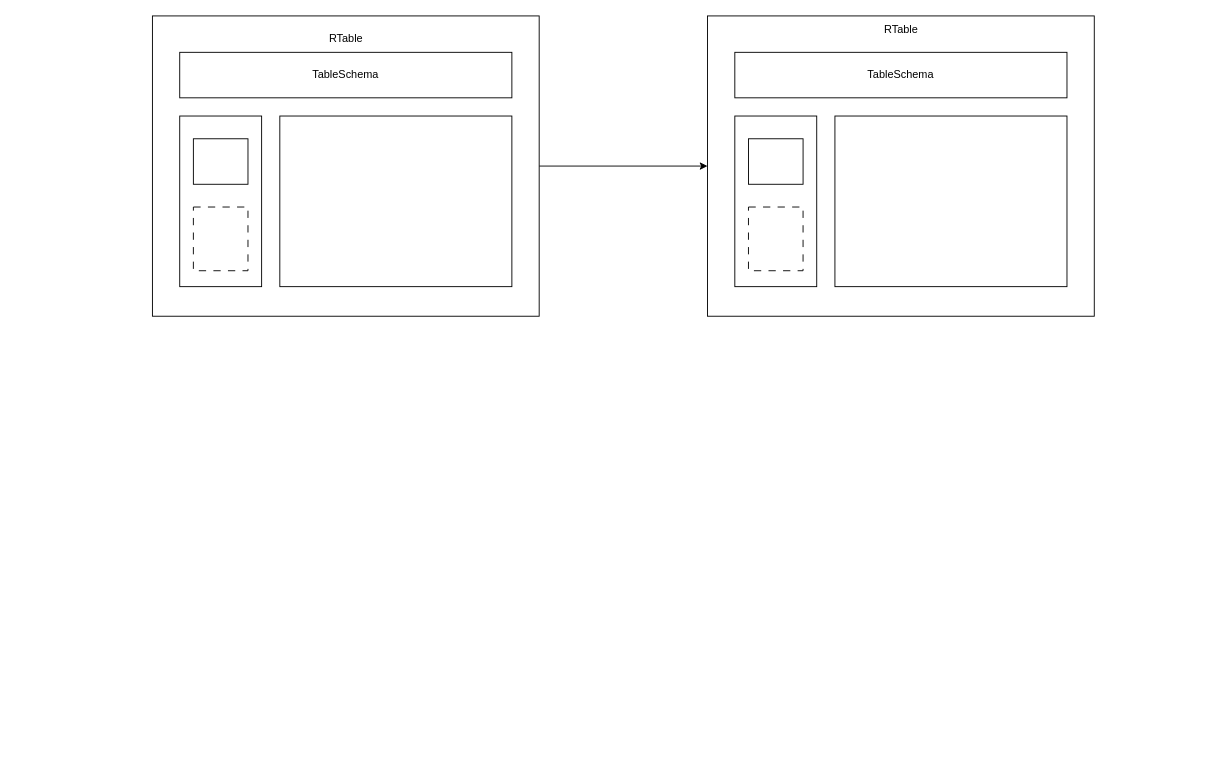
The draw.io diagram 索引设计.drawio in RYZCN/misc, before the edit. Source tidied: cells renumbered, new cells numbered last; positions are measured from the earlier drawing's top-left corner, leaving out a move shared by most shapes. Both pictures are drawn from the tidied source at 91%, with x=0, y=0 at pixel (152, 15).
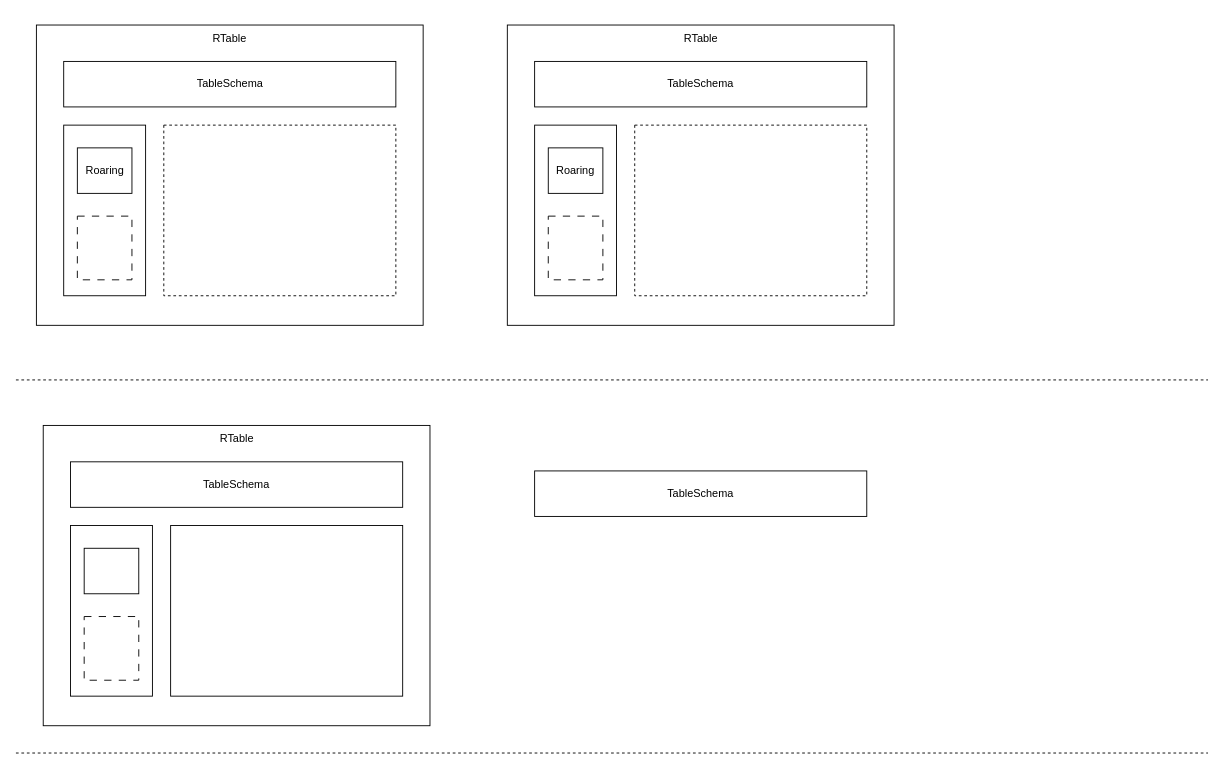
The same diagram, later.

Commit message (it also covers changes not shown here):
更新索引设计.drawio

What changed in the source:
```diff
@@
-    <mxCell id="2" style="rounded=0;whiteSpace=wrap;html=1;" parent="1" vertex="1">
-      <mxGeometry x="610" width="425" height="330" as="geometry" />
+    <mxCell id="2" style="rounded=0;whiteSpace=wrap;html=1;labelBackgroundColor=none;" parent="1" vertex="1">
+      <mxGeometry x="390" y="10" width="425" height="330" as="geometry" />
     </mxCell>
-    <mxCell id="3" value="RTable" style="text;html=1;align=center;verticalAlign=middle;whiteSpace=wrap;rounded=0;" parent="1" vertex="1">
-      <mxGeometry x="792.5" width="60" height="30" as="geometry" />
+    <mxCell id="3" value="RTable" style="text;html=1;align=center;verticalAlign=middle;whiteSpace=wrap;rounded=0;labelBackgroundColor=none;" parent="1" vertex="1">
+      <mxGeometry x="572.5" y="10" width="60" height="30" as="geometry" />
     </mxCell>
-    <mxCell id="4" value="TableSchema" style="rounded=0;whiteSpace=wrap;html=1;" parent="1" vertex="1">
-      <mxGeometry x="640" y="40" width="365" height="50" as="geometry" />
+    <mxCell id="4" value="TableSchema" style="rounded=0;whiteSpace=wrap;html=1;labelBackgroundColor=none;" parent="1" vertex="1">
+      <mxGeometry x="420" y="50" width="365" height="50" as="geometry" />
     </mxCell>
-    <mxCell id="5" style="rounded=0;whiteSpace=wrap;html=1;" parent="1" vertex="1">
-      <mxGeometry x="750" y="110" width="255" height="187.5" as="geometry" />
+    <mxCell id="5" style="rounded=0;whiteSpace=wrap;html=1;dashed=1;labelBackgroundColor=none;" parent="1" vertex="1">
+      <mxGeometry x="530" y="120" width="255" height="187.5" as="geometry" />
     </mxCell>
-    <mxCell id="6" style="rounded=0;whiteSpace=wrap;html=1;" parent="1" vertex="1">
-      <mxGeometry x="640" y="110" width="90" height="187.5" as="geometry" />
+    <mxCell id="6" style="rounded=0;whiteSpace=wrap;html=1;labelBackgroundColor=none;" parent="1" vertex="1">
+      <mxGeometry x="420" y="120" width="90" height="187.5" as="geometry" />
     </mxCell>
-    <mxCell id="7" style="rounded=0;whiteSpace=wrap;html=1;" parent="1" vertex="1">
-      <mxGeometry x="655" y="135" width="60" height="50" as="geometry" />
+    <mxCell id="7" value="Roaring" style="rounded=0;whiteSpace=wrap;html=1;labelBackgroundColor=none;" parent="1" vertex="1">
+      <mxGeometry x="435" y="145" width="60" height="50" as="geometry" />
     </mxCell>
-    <mxCell id="8" style="rounded=0;whiteSpace=wrap;html=1;dashed=1;dashPattern=8 8;" parent="1" vertex="1">
-      <mxGeometry x="655" y="210" width="60" height="70" as="geometry" />
+    <mxCell id="8" style="rounded=0;whiteSpace=wrap;html=1;dashed=1;dashPattern=8 8;labelBackgroundColor=none;" parent="1" vertex="1">
+      <mxGeometry x="435" y="220" width="60" height="70" as="geometry" />
     </mxCell>
-    <mxCell id="9" style="edgeStyle=orthogonalEdgeStyle;rounded=0;jettySize=auto;html=1;entryX=0;entryY=0.5;entryDx=0;entryDy=0;" parent="1" edge="1" source="10" target="2">
-      <mxGeometry relative="1" as="geometry" />
-    </mxCell>
-    <mxCell id="10" style="rounded=0;whiteSpace=wrap;html=1;" parent="1" vertex="1">
-      <mxGeometry width="425" height="330" as="geometry" />
+    <mxCell id="10" style="rounded=0;whiteSpace=wrap;html=1;labelBackgroundColor=none;" parent="1" vertex="1">
+      <mxGeometry x="-127.5" y="10" width="425" height="330" as="geometry" />
     </mxCell>
-    <mxCell id="11" value="RTable" style="text;html=1;align=center;verticalAlign=middle;whiteSpace=wrap;rounded=0;" parent="1" vertex="1">
-      <mxGeometry x="182.5" y="10" width="60" height="30" as="geometry" />
+    <mxCell id="11" value="RTable" style="text;html=1;align=center;verticalAlign=middle;whiteSpace=wrap;rounded=0;labelBackgroundColor=none;" parent="1" vertex="1">
+      <mxGeometry x="55" y="10" width="60" height="30" as="geometry" />
     </mxCell>
-    <mxCell id="12" value="TableSchema" style="rounded=0;whiteSpace=wrap;html=1;" parent="1" vertex="1">
-      <mxGeometry x="30" y="40" width="365" height="50" as="geometry" />
+    <mxCell id="12" value="TableSchema" style="rounded=0;whiteSpace=wrap;html=1;labelBackgroundColor=none;" parent="1" vertex="1">
+      <mxGeometry x="-97.5" y="50" width="365" height="50" as="geometry" />
     </mxCell>
-    <mxCell id="13" style="rounded=0;whiteSpace=wrap;html=1;" parent="1" vertex="1">
-      <mxGeometry x="140" y="110" width="255" height="187.5" as="geometry" />
+    <mxCell id="13" style="rounded=0;whiteSpace=wrap;html=1;dashed=1;labelBackgroundColor=none;" parent="1" vertex="1">
+      <mxGeometry x="12.5" y="120" width="255" height="187.5" as="geometry" />
     </mxCell>
-    <mxCell id="14" style="rounded=0;whiteSpace=wrap;html=1;" parent="1" vertex="1">
-      <mxGeometry x="30" y="110" width="90" height="187.5" as="geometry" />
+    <mxCell id="14" style="rounded=0;whiteSpace=wrap;html=1;labelBackgroundColor=none;" parent="1" vertex="1">
+      <mxGeometry x="-97.5" y="120" width="90" height="187.5" as="geometry" />
     </mxCell>
-    <mxCell id="15" style="rounded=0;whiteSpace=wrap;html=1;" parent="1" vertex="1">
-      <mxGeometry x="45" y="135" width="60" height="50" as="geometry" />
+    <mxCell id="15" value="Roaring" style="rounded=0;whiteSpace=wrap;html=1;labelBackgroundColor=none;" parent="1" vertex="1">
+      <mxGeometry x="-82.5" y="145" width="60" height="50" as="geometry" />
     </mxCell>
-    <mxCell id="16" style="rounded=0;whiteSpace=wrap;html=1;dashed=1;dashPattern=8 8;" parent="1" vertex="1">
-      <mxGeometry x="45" y="210" width="60" height="70" as="geometry" />
+    <mxCell id="16" style="rounded=0;whiteSpace=wrap;html=1;dashed=1;dashPattern=8 8;labelBackgroundColor=none;" parent="1" vertex="1">
+      <mxGeometry x="-82.5" y="220" width="60" height="70" as="geometry" />
     </mxCell>
+    <mxCell id="17" style="rounded=0;whiteSpace=wrap;html=1;labelBackgroundColor=none;" parent="1" vertex="1">
+      <mxGeometry x="-120" y="450" width="425" height="330" as="geometry" />
+    </mxCell>
+    <mxCell id="18" value="RTable" style="text;html=1;align=center;verticalAlign=middle;whiteSpace=wrap;rounded=0;labelBackgroundColor=none;" parent="1" vertex="1">
+      <mxGeometry x="62.5" y="450" width="60" height="30" as="geometry" />
+    </mxCell>
+    <mxCell id="19" value="TableSchema" style="rounded=0;whiteSpace=wrap;html=1;labelBackgroundColor=none;" parent="1" vertex="1">
+      <mxGeometry x="-90" y="490" width="365" height="50" as="geometry" />
+    </mxCell>
+    <mxCell id="20" style="rounded=0;whiteSpace=wrap;html=1;labelBackgroundColor=none;" parent="1" vertex="1">
+      <mxGeometry x="20" y="560" width="255" height="187.5" as="geometry" />
+    </mxCell>
+    <mxCell id="21" style="rounded=0;whiteSpace=wrap;html=1;labelBackgroundColor=none;" parent="1" vertex="1">
+      <mxGeometry x="-90" y="560" width="90" height="187.5" as="geometry" />
+    </mxCell>
+    <mxCell id="22" style="rounded=0;whiteSpace=wrap;html=1;labelBackgroundColor=none;" parent="1" vertex="1">
+      <mxGeometry x="-75" y="585" width="60" height="50" as="geometry" />
+    </mxCell>
+    <mxCell id="23" style="rounded=0;whiteSpace=wrap;html=1;dashed=1;dashPattern=8 8;labelBackgroundColor=none;" parent="1" vertex="1">
+      <mxGeometry x="-75" y="660" width="60" height="70" as="geometry" />
+    </mxCell>
+    <mxCell id="24" style="endArrow=none;dashed=1;html=1;rounded=0;labelBackgroundColor=none;fontColor=default;" parent="1" edge="1">
+      <mxGeometry relative="1" as="geometry">
+        <mxPoint x="-150" y="400" as="sourcePoint" />
+        <mxPoint x="1160" y="400" as="targetPoint" />
+      </mxGeometry>
+    </mxCell>
+    <mxCell id="25" style="endArrow=none;dashed=1;html=1;rounded=0;labelBackgroundColor=none;fontColor=default;" parent="1" edge="1">
+      <mxGeometry relative="1" as="geometry">
+        <mxPoint x="-150" y="810" as="sourcePoint" />
+        <mxPoint x="1160" y="810" as="targetPoint" />
+      </mxGeometry>
+    </mxCell>
+    <mxCell id="26" value="TableSchema" style="rounded=0;whiteSpace=wrap;html=1;labelBackgroundColor=none;" parent="1" vertex="1">
+      <mxGeometry x="420" y="500" width="365" height="50" as="geometry" />
+    </mxCell>
```
